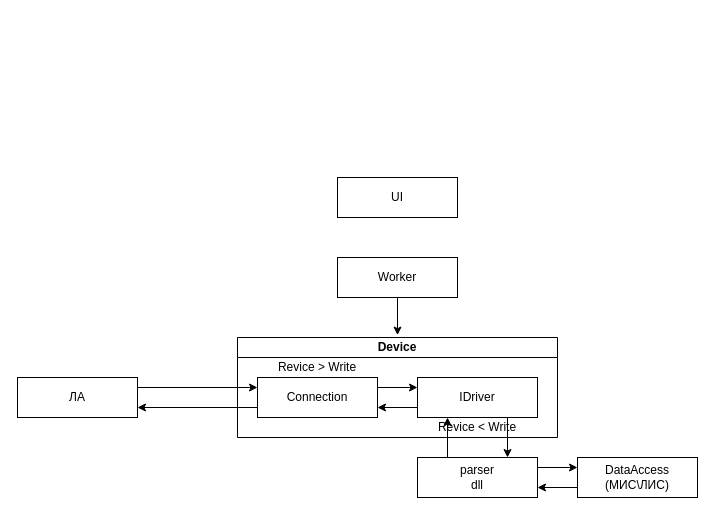
This is page "Страница-1" (1 of 2) of Пу-пу-пууу.drawio from EgoreTTa/DeviceManager, a draw.io file, before an edit. Source tidied: cells renumbered, new cells numbered last; positions are measured from the earlier drawing's top-left corner, leaving out a move shared by most shapes. Both pictures are drawn from the tidied source at 100%, with x=0, y=0 at pixel (17, 177).
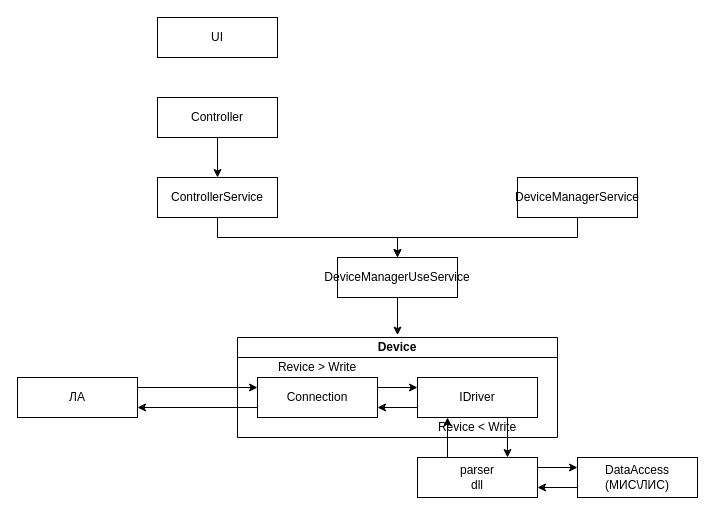
The same page after the edit.

Diff of the diagram source:
```diff
@@
-    <mxCell id="9" value="Worker" style="rounded=0;whiteSpace=wrap;html=1;" parent="1" vertex="1">
+    <mxCell id="9" value="DeviceManagerUseService" style="rounded=0;whiteSpace=wrap;html=1;" parent="1" vertex="1">
       <mxGeometry x="320" y="80" width="120" height="40" as="geometry" />
     </mxCell>
     <mxCell id="10" value="UI" style="rounded=0;whiteSpace=wrap;html=1;" parent="1" vertex="1">
-      <mxGeometry x="320" width="120" height="40" as="geometry" />
+      <mxGeometry x="140" y="-160" width="120" height="40" as="geometry" />
     </mxCell>
@@
+    <mxCell id="21" style="edgeStyle=orthogonalEdgeStyle;rounded=0;jettySize=auto;html=1;exitX=0.5;exitY=1;exitDx=0;exitDy=0;entryX=0.5;entryY=0;entryDx=0;entryDy=0;" parent="1" edge="1" source="26" target="9">
+      <mxGeometry relative="1" as="geometry" />
+    </mxCell>
+    <mxCell id="22" style="edgeStyle=orthogonalEdgeStyle;rounded=0;jettySize=auto;html=1;exitX=0.5;exitY=1;exitDx=0;exitDy=0;entryX=0.5;entryY=0;entryDx=0;entryDy=0;" parent="1" edge="1" source="23" target="26">
+      <mxGeometry relative="1" as="geometry" />
+    </mxCell>
+    <mxCell id="23" value="Controller" style="rounded=0;whiteSpace=wrap;html=1;" parent="1" vertex="1">
+      <mxGeometry x="140" y="-80" width="120" height="40" as="geometry" />
+    </mxCell>
+    <mxCell id="24" style="edgeStyle=orthogonalEdgeStyle;rounded=0;jettySize=auto;html=1;exitX=0.5;exitY=1;exitDx=0;exitDy=0;entryX=0.5;entryY=0;entryDx=0;entryDy=0;" parent="1" edge="1" source="25" target="9">
+      <mxGeometry relative="1" as="geometry" />
+    </mxCell>
+    <mxCell id="25" value="DeviceManagerService" style="rounded=0;whiteSpace=wrap;html=1;" parent="1" vertex="1">
+      <mxGeometry x="500" width="120" height="40" as="geometry" />
+    </mxCell>
+    <mxCell id="26" value="ControllerService" style="rounded=0;whiteSpace=wrap;html=1;" parent="1" vertex="1">
+      <mxGeometry x="140" width="120" height="40" as="geometry" />
+    </mxCell>
```
